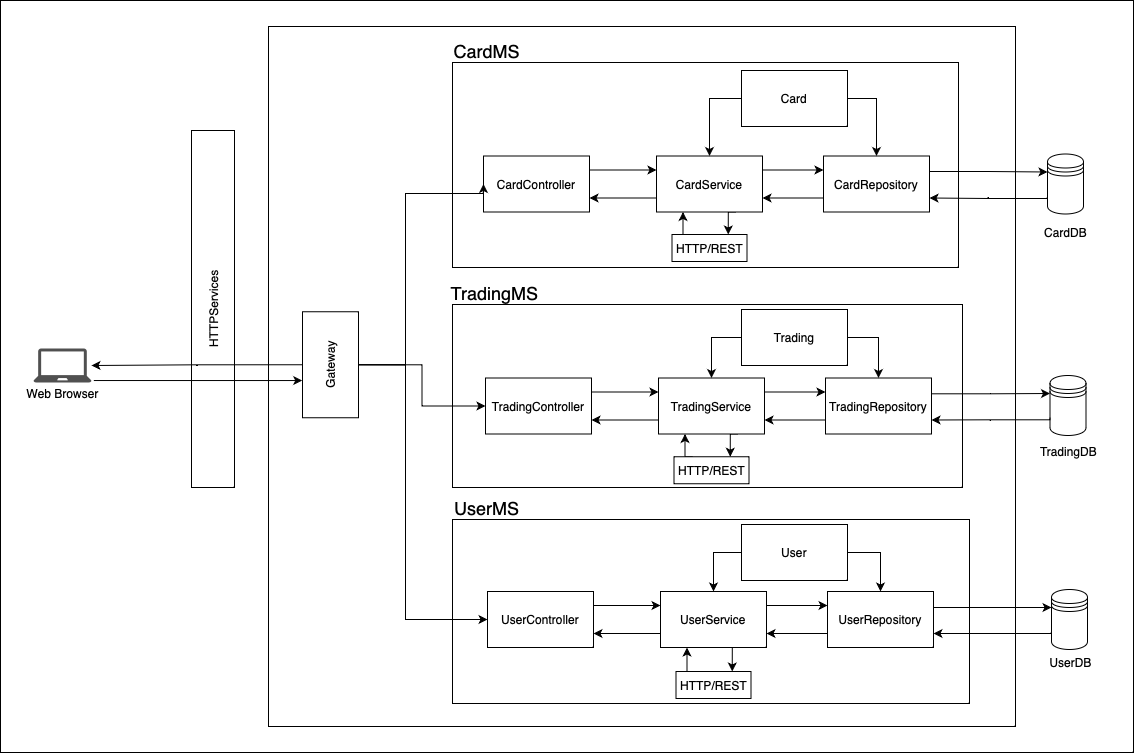
Earlier version of the draw.io export Archi.drawio.png (MaaatGrv/asi3_gr6). Source tidied: cells renumbered, new cells last; positions are measured from the earlier drawing's top-left corner, leaving out a move shared by most shapes.
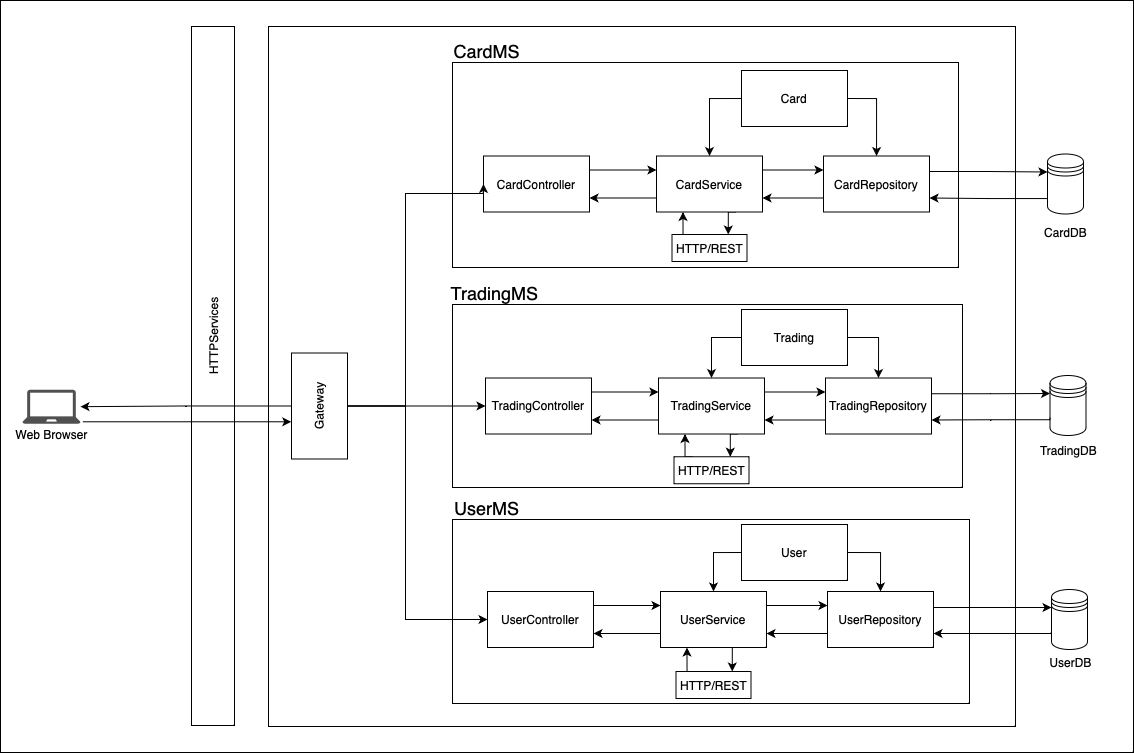
After the commit.

Commit message:
Mettre à jour Archi.drawio.png

The edit, as a diff of the source:
```diff
@@ -11,8 +11,8 @@
     <mxCell id="4" style="rounded=0;whiteSpace=wrap;html=1;" parent="1" vertex="1">
       <mxGeometry x="452" y="62" width="506" height="205" as="geometry" />
     </mxCell>
-    <mxCell id="5" value="HTTPServices" style="rounded=0;whiteSpace=wrap;html=1;rotation=-90;" parent="1" vertex="1">
-      <mxGeometry x="34" y="287" width="357" height="43" as="geometry" />
+    <mxCell id="5" value="&amp;nbsp; &amp;nbsp; &amp;nbsp; &amp;nbsp; &amp;nbsp; &amp;nbsp; &amp;nbsp; &amp;nbsp; &amp;nbsp; &amp;nbsp; &amp;nbsp; &amp;nbsp; HTTPServices" style="rounded=0;whiteSpace=wrap;html=1;rotation=-90;" parent="1" vertex="1">
+      <mxGeometry x="-137" y="354" width="699" height="43" as="geometry" />
     </mxCell>
     <mxCell id="6" style="edgeStyle=orthogonalEdgeStyle;rounded=0;jettySize=auto;html=1;exitX=1;exitY=0.25;exitDx=0;exitDy=0;entryX=0;entryY=0.25;entryDx=0;entryDy=0;" parent="1" edge="1" source="7" target="11">
       <mxGeometry relative="1" as="geometry" />
@@ -52,16 +52,17 @@
     <mxCell id="16" style="edgeStyle=orthogonalEdgeStyle;rounded=0;jettySize=auto;html=1;exitX=0.5;exitY=1;exitDx=0;exitDy=0;entryX=0;entryY=0.5;entryDx=0;entryDy=0;" parent="1" edge="1" source="17" target="7">
       <mxGeometry relative="1" as="geometry">
         <Array as="points">
-          <mxPoint x="405" y="364" />
+          <mxPoint x="405" y="405" />
           <mxPoint x="405" y="193" />
+          <mxPoint x="483" y="193" />
         </Array>
       </mxGeometry>
     </mxCell>
     <mxCell id="17" value="Gateway" style="rounded=0;whiteSpace=wrap;html=1;rotation=-90;" parent="1" vertex="1">
-      <mxGeometry x="277" y="336.2" width="106" height="56" as="geometry" />
+      <mxGeometry x="266" y="377.5" width="106" height="56" as="geometry" />
     </mxCell>
     <mxCell id="18" style="group;" parent="1" vertex="1">
-      <mxGeometry x="17" y="348" width="90" height="58" as="geometry" />
+      <mxGeometry x="6" y="389.2" width="90" height="58" as="geometry" />
     </mxCell>
     <mxCell id="19" style="sketch=0;shadow=0;dashed=0;html=1;strokeColor=none;fillColor=#505050;labelPosition=center;verticalLabelPosition=bottom;verticalAlign=top;outlineConnect=0;align=center;shape=mxgraph.office.devices.laptop;" parent="18" vertex="1">
       <mxGeometry x="16" width="58" height="34" as="geometry" />
@@ -224,7 +225,7 @@
     <mxCell id="64" style="edgeStyle=orthogonalEdgeStyle;rounded=0;jettySize=auto;html=1;exitX=0.5;exitY=1;exitDx=0;exitDy=0;entryX=0;entryY=0.5;entryDx=0;entryDy=0;" parent="1" edge="1" source="17" target="42">
       <mxGeometry relative="1" as="geometry">
         <Array as="points">
-          <mxPoint x="405" y="364" />
+          <mxPoint x="405" y="405" />
           <mxPoint x="405" y="619" />
         </Array>
       </mxGeometry>
```
